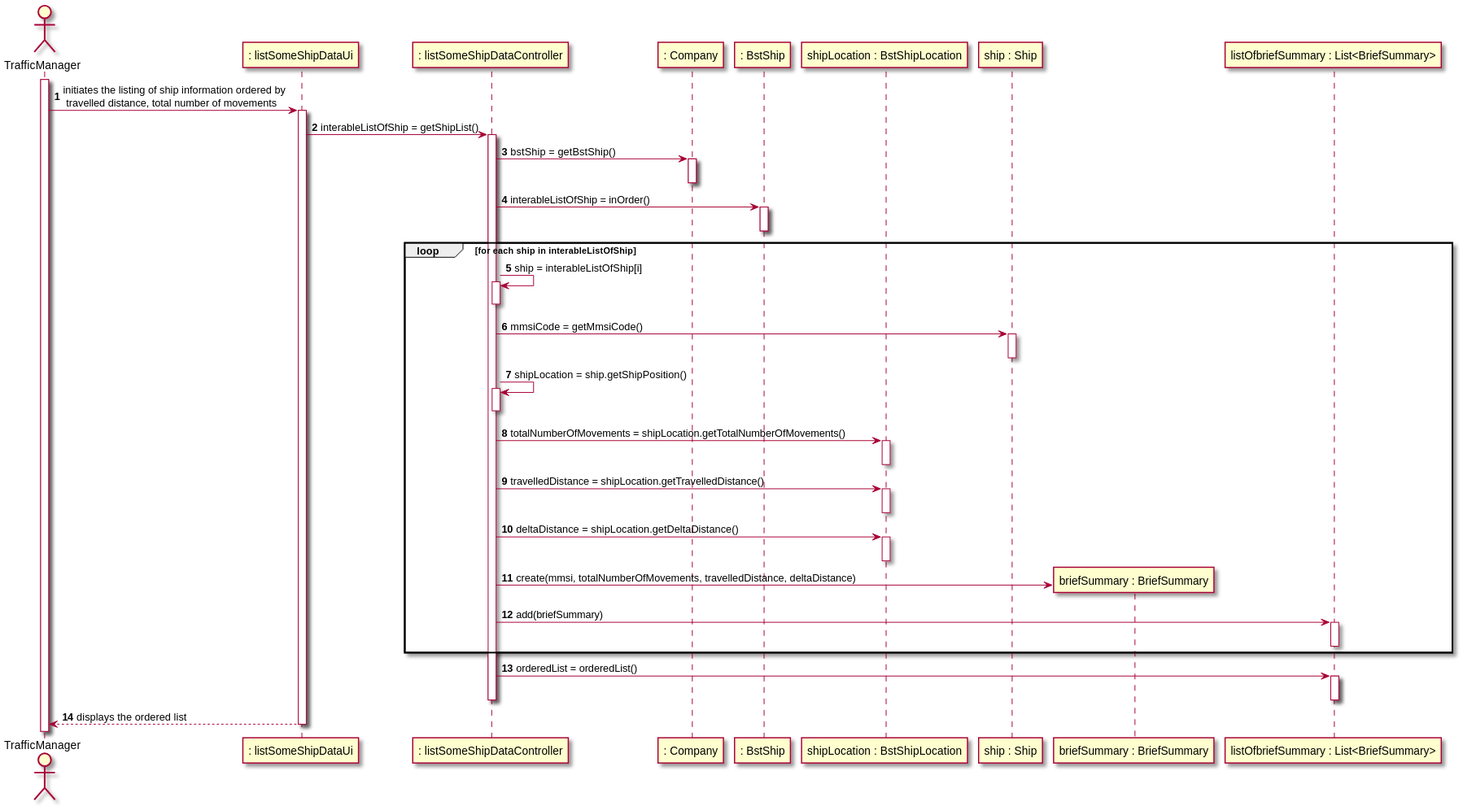
Before: docs/US105/US105_SD.svg, a diagram exported from PlantUML (0franciscor/lapr3-2021-g042). The source it was exported from:
```plantuml
@startuml

actor TrafficManager as TM
participant ": listSomeShipDataUi" as UI
participant ": listSomeShipDataController" as CTR
participant ": Company" as COMP
participant ": BstShip" as BST
participant "shipLocation : BstShipLocation" as BSTL
participant "ship : Ship" as SHIP
participant "briefSummary : BriefSummary" as BS
participant "listOfbriefSummary : List<BriefSummary>" as LIST

autonumber
activate TM
TM -> UI: initiates the listing of ship information ordered by \n travelled distance, total number of movements
activate UI
UI -> CTR : interableListOfShip = getShipList()
activate CTR
CTR -> COMP : bstShip = getBstShip()
activate COMP
deactivate COMP
CTR -> BST : interableListOfShip = inOrder()
activate BST
deactivate BST
loop for each ship in interableListOfShip
CTR -> CTR : ship = interableListOfShip[i]
activate CTR
deactivate CTR
CTR -> SHIP : mmsiCode = getMmsiCode()
activate SHIP
deactivate SHIP
CTR -> CTR : shipLocation = ship.getShipPosition()
activate CTR
deactivate CTR
CTR -> BSTL : totalNumberOfMovements = shipLocation.getTotalNumberOfMovements()
activate BSTL
deactivate BSTL
CTR -> BSTL : travelledDistance = shipLocation.getTravelledDistance()
activate BSTL
deactivate BSTL
CTR -> BSTL : deltaDistance = shipLocation.getDeltaDistance()
activate BSTL
deactivate BSTL

CTR -> BS** : create(mmsi, totalNumberOfMovements, travelledDistance, deltaDistance)
CTR -> LIST : add(briefSummary)
activate LIST
deactivate LIST
end

CTR-> LIST : orderedList = orderedList()
activate LIST
deactivate LIST

deactivate CTR

UI --> TM : displays the ordered list
deactivate UI

@enduml
```
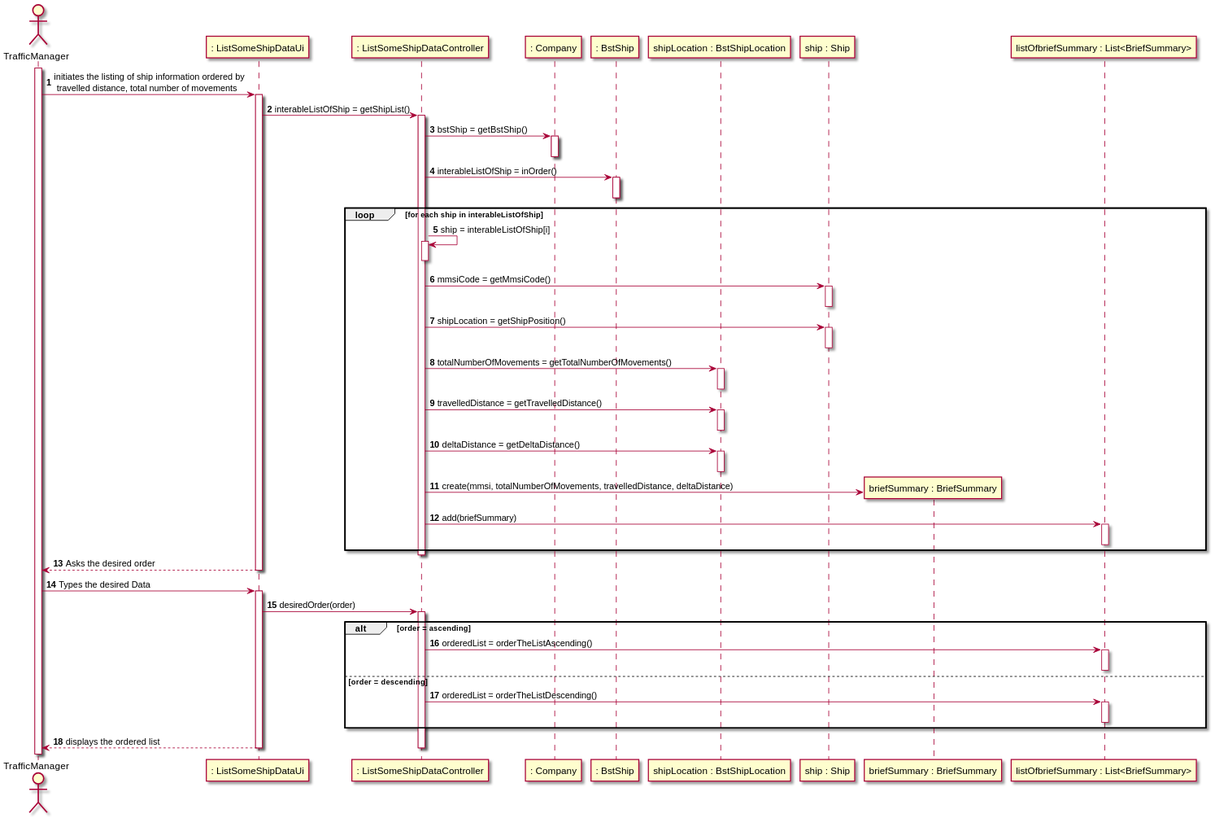
After the commit.

Diff of the diagram source:
```diff
@@ -1,8 +1,8 @@
 @startuml
 
 actor TrafficManager as TM
-participant ": listSomeShipDataUi" as UI
-participant ": listSomeShipDataController" as CTR
+participant ": ListSomeShipDataUi" as UI
+participant ": ListSomeShipDataController" as CTR
 participant ": Company" as COMP
 participant ": BstShip" as BST
 participant "shipLocation : BstShipLocation" as BSTL
@@ -29,16 +29,16 @@
 CTR -> SHIP : mmsiCode = getMmsiCode()
 activate SHIP
 deactivate SHIP
-CTR -> CTR : shipLocation = ship.getShipPosition()
-activate CTR
-deactivate CTR
-CTR -> BSTL : totalNumberOfMovements = shipLocation.getTotalNumberOfMovements()
+CTR -> SHIP : shipLocation = getShipPosition()
+activate SHIP
+deactivate SHIP
+CTR -> BSTL : totalNumberOfMovements = getTotalNumberOfMovements()
 activate BSTL
 deactivate BSTL
-CTR -> BSTL : travelledDistance = shipLocation.getTravelledDistance()
+CTR -> BSTL : travelledDistance = getTravelledDistance()
 activate BSTL
 deactivate BSTL
-CTR -> BSTL : deltaDistance = shipLocation.getDeltaDistance()
+CTR -> BSTL : deltaDistance = getDeltaDistance()
 activate BSTL
 deactivate BSTL
 
@@ -47,14 +47,32 @@
 activate LIST
 deactivate LIST
 end
+deactivate CTR
 
-CTR-> LIST : orderedList = orderedList()
+UI --> TM : Asks the desired order
+deactivate UI
+
+
+TM -> UI : Types the desired Data
+activate UI
+
+UI -> CTR : desiredOrder(order)
+activate CTR
+
+alt order = ascending
+CTR-> LIST : orderedList = orderTheListAscending()
 activate LIST
 deactivate LIST
 
+else order = descending
+CTR-> LIST : orderedList = orderTheListDescending()
+activate LIST
+deactivate LIST
+end
+
+UI --> TM : displays the ordered list
 deactivate CTR
 
-UI --> TM : displays the ordered list
 deactivate UI
 
 @enduml
```
